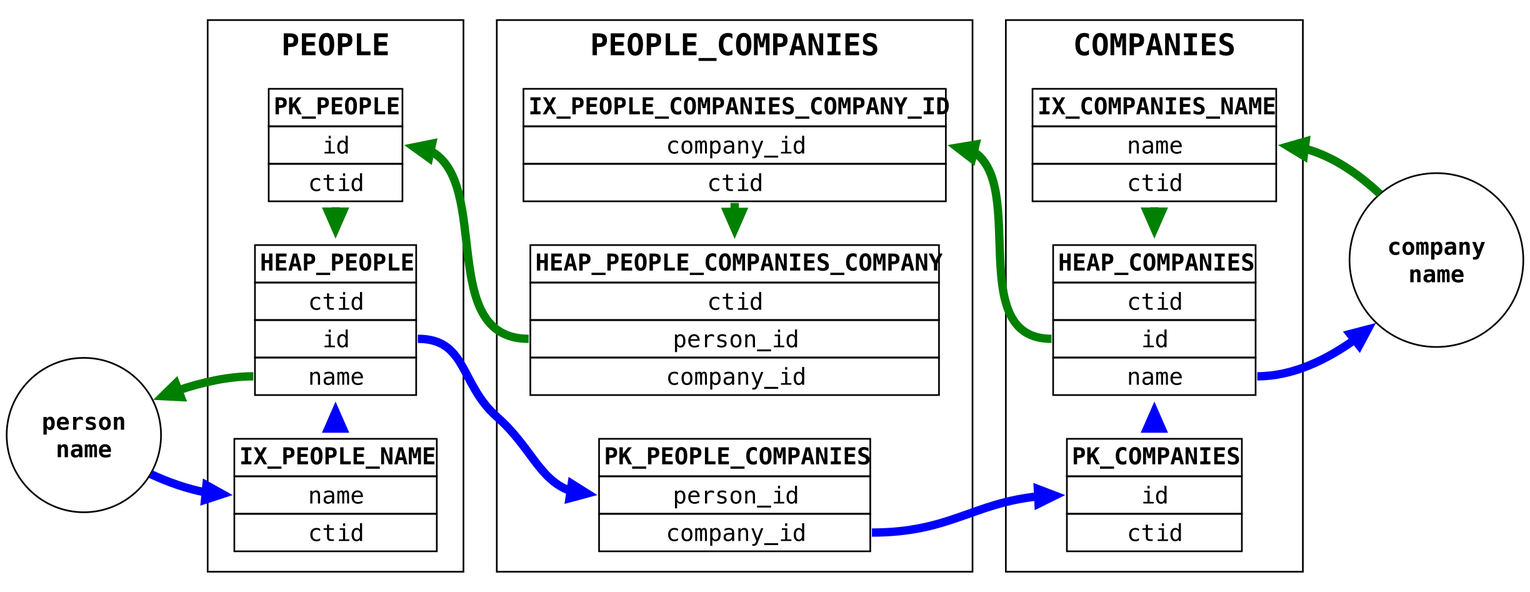
This is img/pg_nocover.png from dangermike/associative_entity_redux, a Graphviz export, as it was before one commit. Its source is kept beside it as img/pg_nocover.dot.
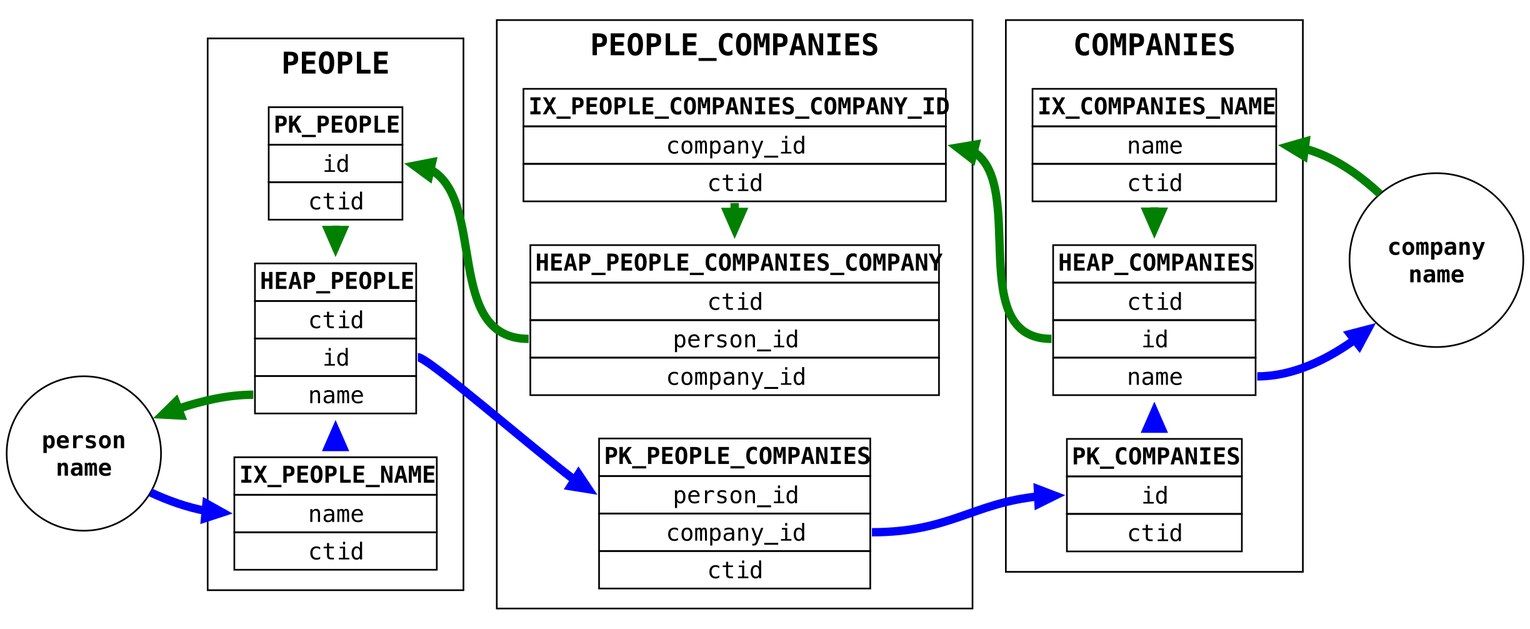
After the commit.

Change to the diagram source:
```diff
@@ -16,6 +16,7 @@
             <TR><TD><B>PK_PEOPLE_COMPANIES</B></TD></TR>
             <TR><TD port="pid">person_id</TD></TR>
             <TR><TD port="cid">company_id</TD></TR>
+            <TR><TD port="ctid">ctid</TD></TR>
         </TABLE>>]
         ix_pc [shape="plaintext" label=<<TABLE BORDER="0" CELLBORDER="1" CELLSPACING="0">
             <TR><TD><B>IX_PEOPLE_COMPANIES_COMPANY_ID</B></TD></TR>
```
